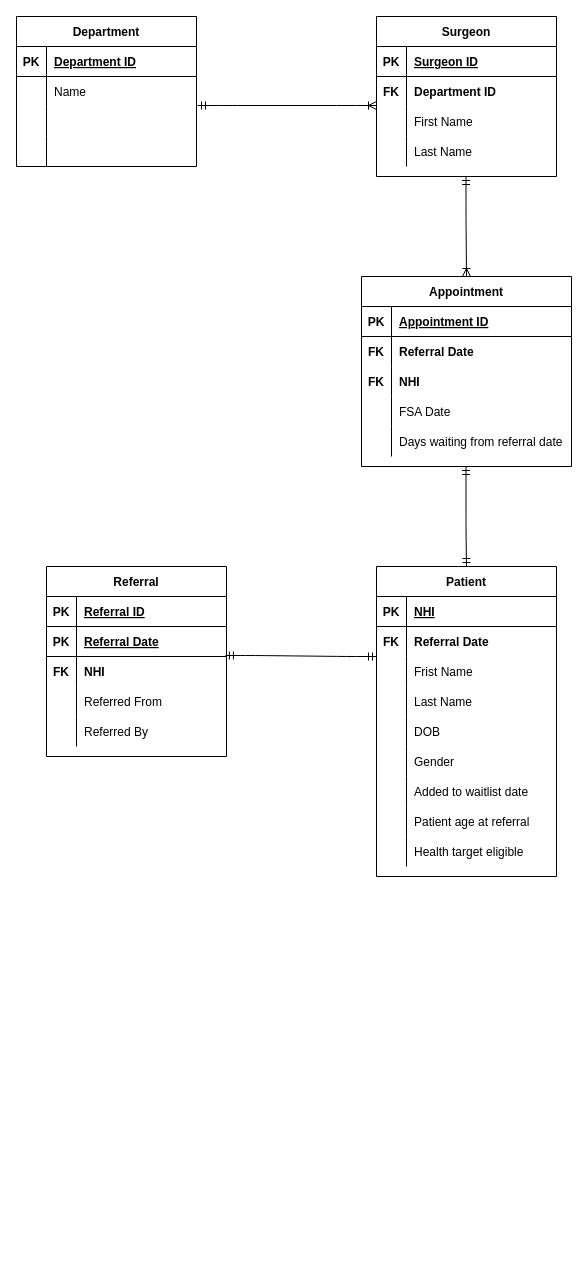
Above: page "ERD V3" (3 of 3) of hospitaldiagram.drawio in finleyvernon/DE103 (draw.io), before the change. Source tidied: cells renumbered, new cells numbered last; positions are measured from the earlier drawing's top-left corner, leaving out a move shared by most shapes. Both pictures are drawn from the tidied source at 100%, with x=0, y=0 at pixel (16, 16).
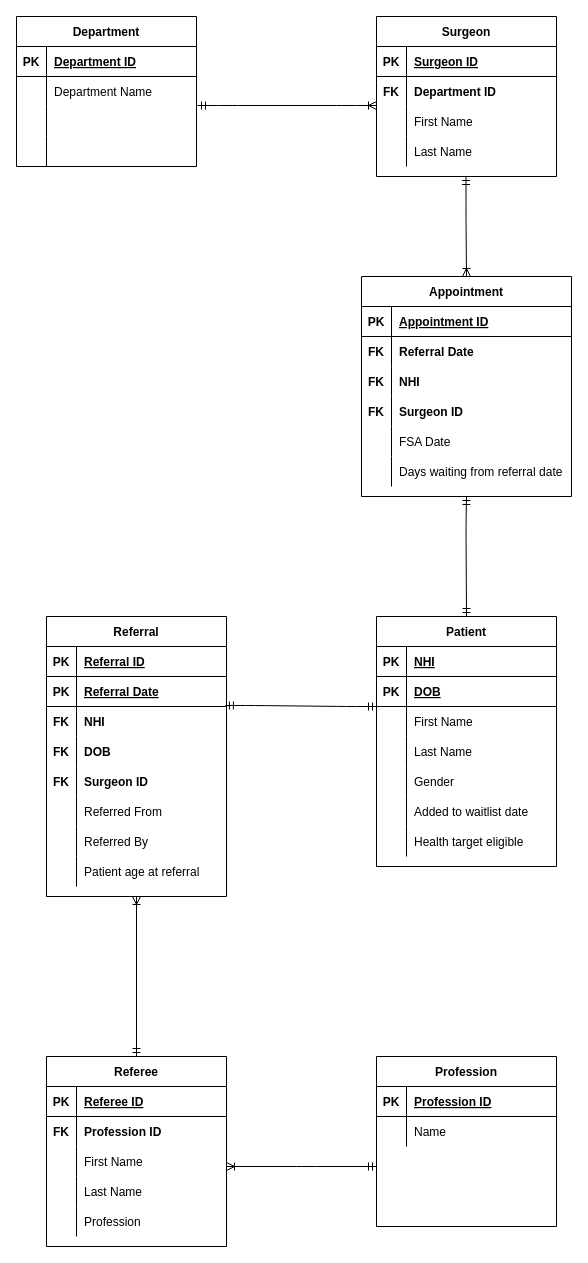
Above is the later version.

Unchanged cells that the change refers to:
```xml
<mxCell id="9" style="shape=partialRectangle;fillColor=none;top=0;left=0;bottom=0;right=0;" parent="2" vertex="1">
  <mxGeometry y="90" width="180" height="30" as="geometry" />
</mxCell>
<mxCell id="50" style="shape=partialRectangle;fillColor=none;top=0;left=0;bottom=0;right=0;points=[[0,0.5],[1,0.5]];portConstraint=eastwest;" parent="43" vertex="1">
  <mxGeometry y="90" width="180" height="30" as="geometry" />
</mxCell>
<mxCell id="79" style="shape=partialRectangle;fillColor=none;top=0;left=0;bottom=0;right=0;" parent="75" vertex="1">
  <mxGeometry y="60" width="180" height="30" as="geometry" />
</mxCell>
```

The edit, as a diff of the source:
```diff
@@
     <mxCell id="2" value="Patient" style="shape=table;startSize=30;childLayout=tableLayout;rowLines=0;fontStyle=1;align=center;" parent="1" vertex="1">
-      <mxGeometry x="360" y="550" width="180" height="310" as="geometry" />
+      <mxGeometry x="360" y="600" width="180" height="250" as="geometry" />
     </mxCell>
@@
-    <mxCell id="6" style="shape=partialRectangle;fillColor=none;top=0;left=0;bottom=0;right=0;" parent="2" vertex="1">
-      <mxGeometry y="60" width="180" height="30" as="geometry" />
-    </mxCell>
-    <mxCell id="7" value="FK" style="shape=partialRectangle;fillColor=none;top=0;left=0;bottom=0;right=0;overflow=hidden;fontStyle=1;" parent="6" vertex="1">
-      <mxGeometry width="30" height="30" as="geometry" />
-    </mxCell>
-    <mxCell id="8" value="Referral Date" style="shape=partialRectangle;fillColor=none;top=0;left=0;bottom=0;right=0;align=left;spacingLeft=6;overflow=hidden;fontStyle=1;" parent="6" vertex="1">
-      <mxGeometry x="30" width="150" height="30" as="geometry" />
-    </mxCell>
+    <mxCell id="92" style="shape=partialRectangle;fillColor=none;top=0;left=0;bottom=1;right=0;" parent="2" vertex="1">
+      <mxGeometry y="60" width="180" height="30" as="geometry" />
+    </mxCell>
+    <mxCell id="93" value="PK" style="shape=partialRectangle;fillColor=none;top=0;left=0;bottom=0;right=0;fontStyle=1;overflow=hidden;" parent="92" vertex="1">
+      <mxGeometry width="30" height="30" as="geometry" />
+    </mxCell>
+    <mxCell id="94" value="DOB" style="shape=partialRectangle;fillColor=none;top=0;left=0;bottom=0;right=0;align=left;spacingLeft=6;fontStyle=5;overflow=hidden;" parent="92" vertex="1">
+      <mxGeometry x="30" width="150" height="30" as="geometry" />
+    </mxCell>
@@
-    <mxCell id="11" value="Frist Name" style="shape=partialRectangle;fillColor=none;top=0;left=0;bottom=0;right=0;align=left;spacingLeft=6;overflow=hidden;" parent="9" vertex="1">
+    <mxCell id="11" value="First Name" style="shape=partialRectangle;fillColor=none;top=0;left=0;bottom=0;right=0;align=left;spacingLeft=6;overflow=hidden;" parent="9" vertex="1">
       <mxGeometry x="30" width="150" height="30" as="geometry" />
     </mxCell>
@@
-    <mxCell id="15" style="shape=partialRectangle;fillColor=none;top=0;left=0;bottom=0;right=0;" parent="2" vertex="1">
-      <mxGeometry y="150" width="180" height="30" as="geometry" />
-    </mxCell>
-    <mxCell id="16" style="shape=partialRectangle;fillColor=none;top=0;left=0;bottom=0;right=0;overflow=hidden;" parent="15" vertex="1">
-      <mxGeometry width="30" height="30" as="geometry" />
-    </mxCell>
-    <mxCell id="17" value="DOB" style="shape=partialRectangle;fillColor=none;top=0;left=0;bottom=0;right=0;align=left;spacingLeft=6;overflow=hidden;" parent="15" vertex="1">
-      <mxGeometry x="30" width="150" height="30" as="geometry" />
-    </mxCell>
     <mxCell id="18" style="shape=partialRectangle;fillColor=none;top=0;left=0;bottom=0;right=0;" parent="2" vertex="1">
-      <mxGeometry y="180" width="180" height="30" as="geometry" />
+      <mxGeometry y="150" width="180" height="30" as="geometry" />
     </mxCell>
@@
     <mxCell id="21" style="shape=partialRectangle;fillColor=none;top=0;left=0;bottom=0;right=0;" parent="2" vertex="1">
-      <mxGeometry y="210" width="180" height="30" as="geometry" />
+      <mxGeometry y="180" width="180" height="30" as="geometry" />
     </mxCell>
@@
-    <mxCell id="24" style="shape=partialRectangle;fillColor=none;top=0;left=0;bottom=0;right=0;" parent="2" vertex="1">
-      <mxGeometry y="240" width="180" height="30" as="geometry" />
-    </mxCell>
-    <mxCell id="25" style="shape=partialRectangle;fillColor=none;top=0;left=0;bottom=0;right=0;overflow=hidden;" parent="24" vertex="1">
-      <mxGeometry width="30" height="30" as="geometry" />
-    </mxCell>
-    <mxCell id="26" value="Patient age at referral" style="shape=partialRectangle;fillColor=none;top=0;left=0;bottom=0;right=0;align=left;spacingLeft=6;overflow=hidden;" parent="24" vertex="1">
-      <mxGeometry x="30" width="150" height="30" as="geometry" />
-    </mxCell>
     <mxCell id="27" style="shape=partialRectangle;fillColor=none;top=0;left=0;bottom=0;right=0;" parent="2" vertex="1">
-      <mxGeometry y="270" width="180" height="30" as="geometry" />
+      <mxGeometry y="210" width="180" height="30" as="geometry" />
     </mxCell>
@@
     <mxCell id="43" value="Referral" style="shape=table;startSize=30;childLayout=tableLayout;rowLines=0;fontStyle=1;align=center;" parent="1" vertex="1">
-      <mxGeometry x="30" y="550" width="180" height="190" as="geometry" />
+      <mxGeometry x="30" y="600" width="180" height="280" as="geometry" />
     </mxCell>
@@
+    <mxCell id="95" style="shape=partialRectangle;fillColor=none;top=0;left=0;bottom=0;right=0;" parent="43" vertex="1">
+      <mxGeometry y="120" width="180" height="30" as="geometry" />
+    </mxCell>
+    <mxCell id="96" value="FK" style="shape=partialRectangle;fillColor=none;top=0;left=0;bottom=0;right=0;overflow=hidden;fontStyle=1;" parent="95" vertex="1">
+      <mxGeometry width="30" height="30" as="geometry" />
+    </mxCell>
+    <mxCell id="97" value="DOB" style="shape=partialRectangle;fillColor=none;top=0;left=0;bottom=0;right=0;align=left;spacingLeft=6;overflow=hidden;fontStyle=1;" parent="95" vertex="1">
+      <mxGeometry x="30" width="150" height="30" as="geometry" />
+    </mxCell>
+    <mxCell id="98" style="shape=partialRectangle;fillColor=none;top=0;left=0;bottom=0;right=0;" parent="43" vertex="1">
+      <mxGeometry y="150" width="180" height="30" as="geometry" />
+    </mxCell>
+    <mxCell id="99" value="FK" style="shape=partialRectangle;fillColor=none;top=0;left=0;bottom=0;right=0;overflow=hidden;fontStyle=1;" parent="98" vertex="1">
+      <mxGeometry width="30" height="30" as="geometry" />
+    </mxCell>
+    <mxCell id="100" value="Surgeon ID" style="shape=partialRectangle;fillColor=none;top=0;left=0;bottom=0;right=0;align=left;spacingLeft=6;overflow=hidden;fontStyle=1;" parent="98" vertex="1">
+      <mxGeometry x="30" width="150" height="30" as="geometry" />
+    </mxCell>
     <mxCell id="53" style="shape=partialRectangle;fillColor=none;top=0;left=0;bottom=0;right=0;" parent="43" vertex="1">
-      <mxGeometry y="120" width="180" height="30" as="geometry" />
+      <mxGeometry y="180" width="180" height="30" as="geometry" />
     </mxCell>
@@
     <mxCell id="56" style="shape=partialRectangle;fillColor=none;top=0;left=0;bottom=0;right=0;" parent="43" vertex="1">
-      <mxGeometry y="150" width="180" height="30" as="geometry" />
+      <mxGeometry y="210" width="180" height="30" as="geometry" />
     </mxCell>
@@
+    <mxCell id="24" style="shape=partialRectangle;fillColor=none;top=0;left=0;bottom=0;right=0;" parent="43" vertex="1">
+      <mxGeometry y="240" width="180" height="30" as="geometry" />
+    </mxCell>
+    <mxCell id="101" style="shape=partialRectangle;fillColor=none;top=0;left=0;bottom=0;right=0;overflow=hidden;" parent="24" vertex="1">
+      <mxGeometry width="30" height="30" as="geometry" />
+    </mxCell>
+    <mxCell id="26" value="Patient age at referral" style="shape=partialRectangle;fillColor=none;top=0;left=0;bottom=0;right=0;align=left;spacingLeft=6;overflow=hidden;" parent="24" vertex="1">
+      <mxGeometry x="30" width="150" height="30" as="geometry" />
+    </mxCell>
     <mxCell id="59" value="Appointment" style="shape=table;startSize=30;childLayout=tableLayout;rowLines=0;fontStyle=1;align=center;" parent="1" vertex="1">
-      <mxGeometry x="345" y="260" width="210" height="190" as="geometry" />
+      <mxGeometry x="345" y="260" width="210" height="220" as="geometry" />
     </mxCell>
@@
+    <mxCell id="102" style="shape=partialRectangle;fillColor=none;top=0;left=0;bottom=0;right=0;" parent="59" vertex="1">
+      <mxGeometry y="120" width="210" height="30" as="geometry" />
+    </mxCell>
+    <mxCell id="103" value="FK" style="shape=partialRectangle;fillColor=none;top=0;left=0;bottom=0;right=0;overflow=hidden;fontStyle=1;" parent="102" vertex="1">
+      <mxGeometry width="30" height="30" as="geometry" />
+    </mxCell>
+    <mxCell id="104" value="Surgeon ID" style="shape=partialRectangle;fillColor=none;top=0;left=0;bottom=0;right=0;align=left;spacingLeft=6;overflow=hidden;fontStyle=1;" parent="102" vertex="1">
+      <mxGeometry x="30" width="180" height="30" as="geometry" />
+    </mxCell>
     <mxCell id="69" style="shape=partialRectangle;fillColor=none;top=0;left=0;bottom=0;right=0;" parent="59" vertex="1">
-      <mxGeometry y="120" width="210" height="30" as="geometry" />
+      <mxGeometry y="150" width="210" height="30" as="geometry" />
     </mxCell>
@@
     <mxCell id="72" style="shape=partialRectangle;fillColor=none;top=0;left=0;bottom=0;right=0;" parent="59" vertex="1">
-      <mxGeometry y="150" width="210" height="30" as="geometry" />
+      <mxGeometry y="180" width="210" height="30" as="geometry" />
     </mxCell>
@@
-    <mxCell id="81" value="Name" style="shape=partialRectangle;fillColor=none;top=0;left=0;bottom=0;right=0;align=left;spacingLeft=6;overflow=hidden;" parent="79" vertex="1">
+    <mxCell id="81" value="Department Name" style="shape=partialRectangle;fillColor=none;top=0;left=0;bottom=0;right=0;align=left;spacingLeft=6;overflow=hidden;" parent="79" vertex="1">
       <mxGeometry x="30" width="150" height="30" as="geometry" />
     </mxCell>
@@
-    <mxCell id="90" style="fontSize=12;html=1;endArrow=ERmandOne;startArrow=ERmandOne;exitX=0.5;exitY=0;exitDx=0;exitDy=0;" parent="1" edge="1" source="2">
+    <mxCell id="90" style="fontSize=12;html=1;endArrow=ERmandOne;startArrow=ERmandOne;exitX=0.5;exitY=0;exitDx=0;exitDy=0;entryX=0.5;entryY=1;entryDx=0;entryDy=0;" parent="1" edge="1" source="2" target="59">
       <mxGeometry relative="1" as="geometry">
-        <mxPoint x="449.5" y="450" as="targetPoint" />
         <Array as="points">
           <mxPoint x="449.5" y="510" />
         </Array>
       </mxGeometry>
     </mxCell>
     <mxCell id="91" style="edgeStyle=entityRelationEdgeStyle;fontSize=12;html=1;endArrow=ERmandOne;startArrow=ERmandOne;exitX=0.994;exitY=-0.033;exitDx=0;exitDy=0;exitPerimeter=0;" parent="1" edge="1" source="50">
       <mxGeometry relative="1" as="geometry">
-        <mxPoint x="360" y="640" as="targetPoint" />
+        <mxPoint x="360" y="690" as="targetPoint" />
       </mxGeometry>
     </mxCell>
+    <mxCell id="105" value="Referee" style="shape=table;startSize=30;childLayout=tableLayout;rowLines=0;fontStyle=1;align=center;" parent="1" vertex="1">
+      <mxGeometry x="30" y="1040" width="180" height="190" as="geometry" />
+    </mxCell>
+    <mxCell id="106" style="shape=partialRectangle;fillColor=none;top=0;left=0;bottom=1;right=0;" parent="105" vertex="1">
+      <mxGeometry y="30" width="180" height="30" as="geometry" />
+    </mxCell>
+    <mxCell id="107" value="PK" style="shape=partialRectangle;fillColor=none;top=0;left=0;bottom=0;right=0;fontStyle=1;overflow=hidden;" parent="106" vertex="1">
+      <mxGeometry width="30" height="30" as="geometry" />
+    </mxCell>
+    <mxCell id="108" value="Referee ID" style="shape=partialRectangle;fillColor=none;top=0;left=0;bottom=0;right=0;align=left;spacingLeft=6;fontStyle=5;overflow=hidden;" parent="106" vertex="1">
+      <mxGeometry x="30" width="150" height="30" as="geometry" />
+    </mxCell>
+    <mxCell id="109" style="shape=partialRectangle;fillColor=none;top=0;left=0;bottom=0;right=0;fontStyle=0;" parent="105" vertex="1">
+      <mxGeometry y="60" width="180" height="30" as="geometry" />
+    </mxCell>
+    <mxCell id="110" value="FK" style="shape=partialRectangle;fillColor=none;top=0;left=0;bottom=0;right=0;overflow=hidden;fontStyle=1;" parent="109" vertex="1">
+      <mxGeometry width="30" height="30" as="geometry" />
+    </mxCell>
+    <mxCell id="111" value="Profession ID" style="shape=partialRectangle;fillColor=none;top=0;left=0;bottom=0;right=0;align=left;spacingLeft=6;overflow=hidden;fontStyle=1;" parent="109" vertex="1">
+      <mxGeometry x="30" width="150" height="30" as="geometry" />
+    </mxCell>
+    <mxCell id="112" style="shape=partialRectangle;fillColor=none;top=0;left=0;bottom=0;right=0;" parent="105" vertex="1">
+      <mxGeometry y="90" width="180" height="30" as="geometry" />
+    </mxCell>
+    <mxCell id="113" style="shape=partialRectangle;fillColor=none;top=0;left=0;bottom=0;right=0;overflow=hidden;" parent="112" vertex="1">
+      <mxGeometry width="30" height="30" as="geometry" />
+    </mxCell>
+    <mxCell id="114" value="First Name" style="shape=partialRectangle;fillColor=none;top=0;left=0;bottom=0;right=0;align=left;spacingLeft=6;overflow=hidden;" parent="112" vertex="1">
+      <mxGeometry x="30" width="150" height="30" as="geometry" />
+    </mxCell>
+    <mxCell id="115" style="shape=partialRectangle;fillColor=none;top=0;left=0;bottom=0;right=0;" parent="105" vertex="1">
+      <mxGeometry y="120" width="180" height="30" as="geometry" />
+    </mxCell>
+    <mxCell id="116" style="shape=partialRectangle;fillColor=none;top=0;left=0;bottom=0;right=0;overflow=hidden;" parent="115" vertex="1">
+      <mxGeometry width="30" height="30" as="geometry" />
+    </mxCell>
+    <mxCell id="117" value="Last Name" style="shape=partialRectangle;fillColor=none;top=0;left=0;bottom=0;right=0;align=left;spacingLeft=6;overflow=hidden;" parent="115" vertex="1">
+      <mxGeometry x="30" width="150" height="30" as="geometry" />
+    </mxCell>
+    <mxCell id="118" style="shape=partialRectangle;fillColor=none;top=0;left=0;bottom=0;right=0;" parent="105" vertex="1">
+      <mxGeometry y="150" width="180" height="30" as="geometry" />
+    </mxCell>
+    <mxCell id="119" style="shape=partialRectangle;fillColor=none;top=0;left=0;bottom=0;right=0;overflow=hidden;" parent="118" vertex="1">
+      <mxGeometry width="30" height="30" as="geometry" />
+    </mxCell>
+    <mxCell id="120" value="Profession" style="shape=partialRectangle;fillColor=none;top=0;left=0;bottom=0;right=0;align=left;spacingLeft=6;overflow=hidden;" parent="118" vertex="1">
+      <mxGeometry x="30" width="150" height="30" as="geometry" />
+    </mxCell>
+    <mxCell id="121" style="fontSize=12;html=1;endArrow=ERoneToMany;startArrow=ERmandOne;fontColor=none;exitX=0.5;exitY=0;exitDx=0;exitDy=0;" parent="1" edge="1" source="105">
+      <mxGeometry relative="1" as="geometry">
+        <mxPoint x="120" y="880" as="targetPoint" />
+      </mxGeometry>
+    </mxCell>
+    <mxCell id="122" value="Profession" style="shape=table;startSize=30;childLayout=tableLayout;rowLines=0;fontStyle=1;align=center;" parent="1" vertex="1">
+      <mxGeometry x="360" y="1040" width="180" height="170" as="geometry" />
+    </mxCell>
+    <mxCell id="123" style="shape=partialRectangle;fillColor=none;top=0;left=0;bottom=1;right=0;" parent="122" vertex="1">
+      <mxGeometry y="30" width="180" height="30" as="geometry" />
+    </mxCell>
+    <mxCell id="124" value="PK" style="shape=partialRectangle;fillColor=none;top=0;left=0;bottom=0;right=0;fontStyle=1;overflow=hidden;" parent="123" vertex="1">
+      <mxGeometry width="30" height="30" as="geometry" />
+    </mxCell>
+    <mxCell id="125" value="Profession ID" style="shape=partialRectangle;fillColor=none;top=0;left=0;bottom=0;right=0;align=left;spacingLeft=6;fontStyle=5;overflow=hidden;" parent="123" vertex="1">
+      <mxGeometry x="30" width="150" height="30" as="geometry" />
+    </mxCell>
+    <mxCell id="6" style="shape=partialRectangle;fillColor=none;top=0;left=0;bottom=0;right=0;" parent="122" vertex="1">
+      <mxGeometry y="60" width="180" height="30" as="geometry" />
+    </mxCell>
+    <mxCell id="126" style="shape=partialRectangle;fillColor=none;top=0;left=0;bottom=0;right=0;overflow=hidden;" parent="6" vertex="1">
+      <mxGeometry width="30" height="30" as="geometry" />
+    </mxCell>
+    <mxCell id="127" value="Name" style="shape=partialRectangle;fillColor=none;top=0;left=0;bottom=0;right=0;align=left;spacingLeft=6;overflow=hidden;" parent="6" vertex="1">
+      <mxGeometry x="30" width="150" height="30" as="geometry" />
+    </mxCell>
+    <mxCell id="128" style="fontSize=12;html=1;endArrow=ERoneToMany;startArrow=ERmandOne;fontColor=none;" parent="1" edge="1">
+      <mxGeometry relative="1" as="geometry">
+        <mxPoint x="360" y="1150" as="sourcePoint" />
+        <mxPoint x="210" y="1150" as="targetPoint" />
+        <Array as="points">
+          <mxPoint x="290" y="1150" />
+        </Array>
+      </mxGeometry>
+    </mxCell>
```
